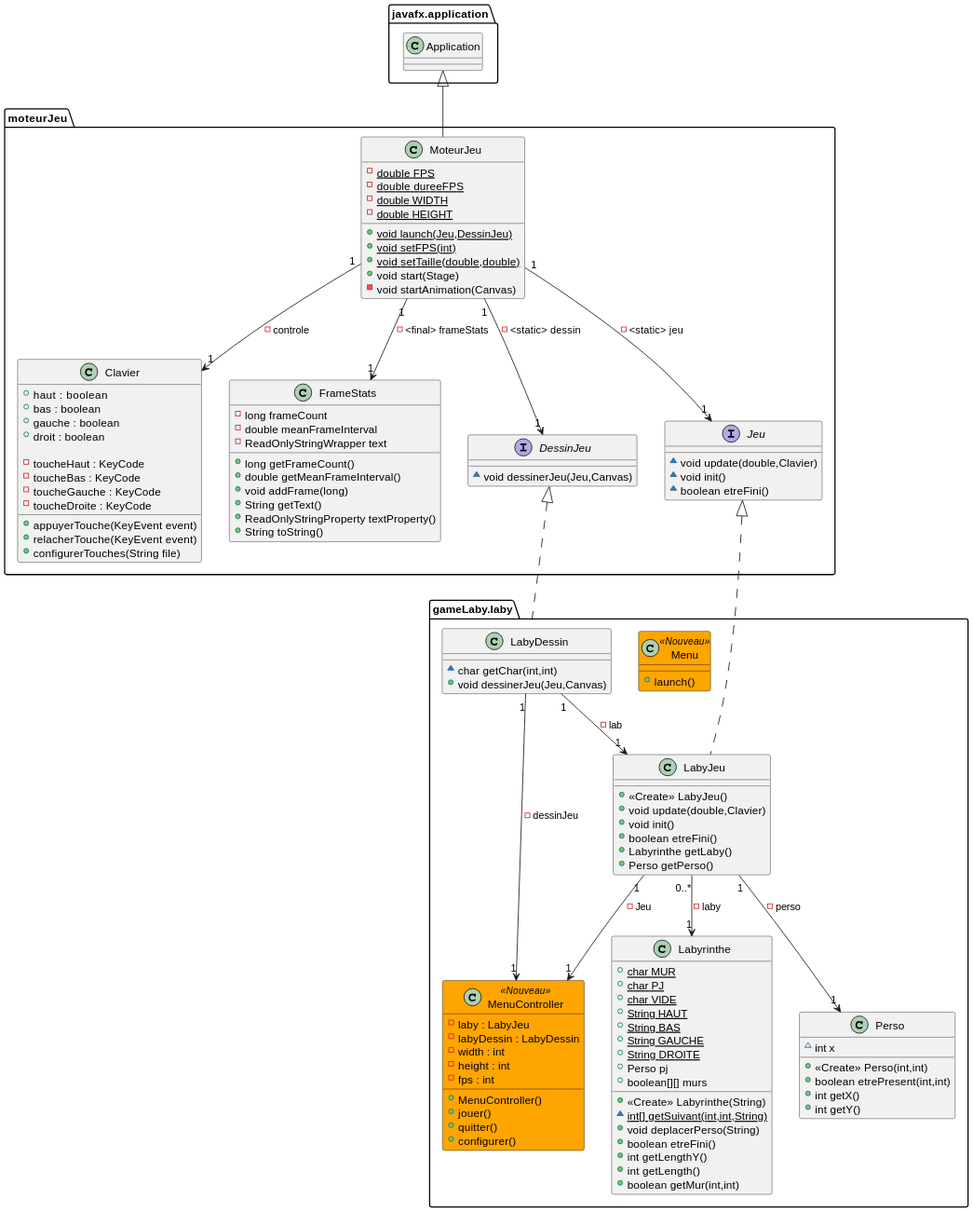
Above: documents/version_5/fonctionnalité_1/DiagClassGestionMenu.svg in Luquor/2022_Zeldiablo_pinchon6u_elbourou11u_allali24u_kone41u_signorel2u (PlantUML), before the change.
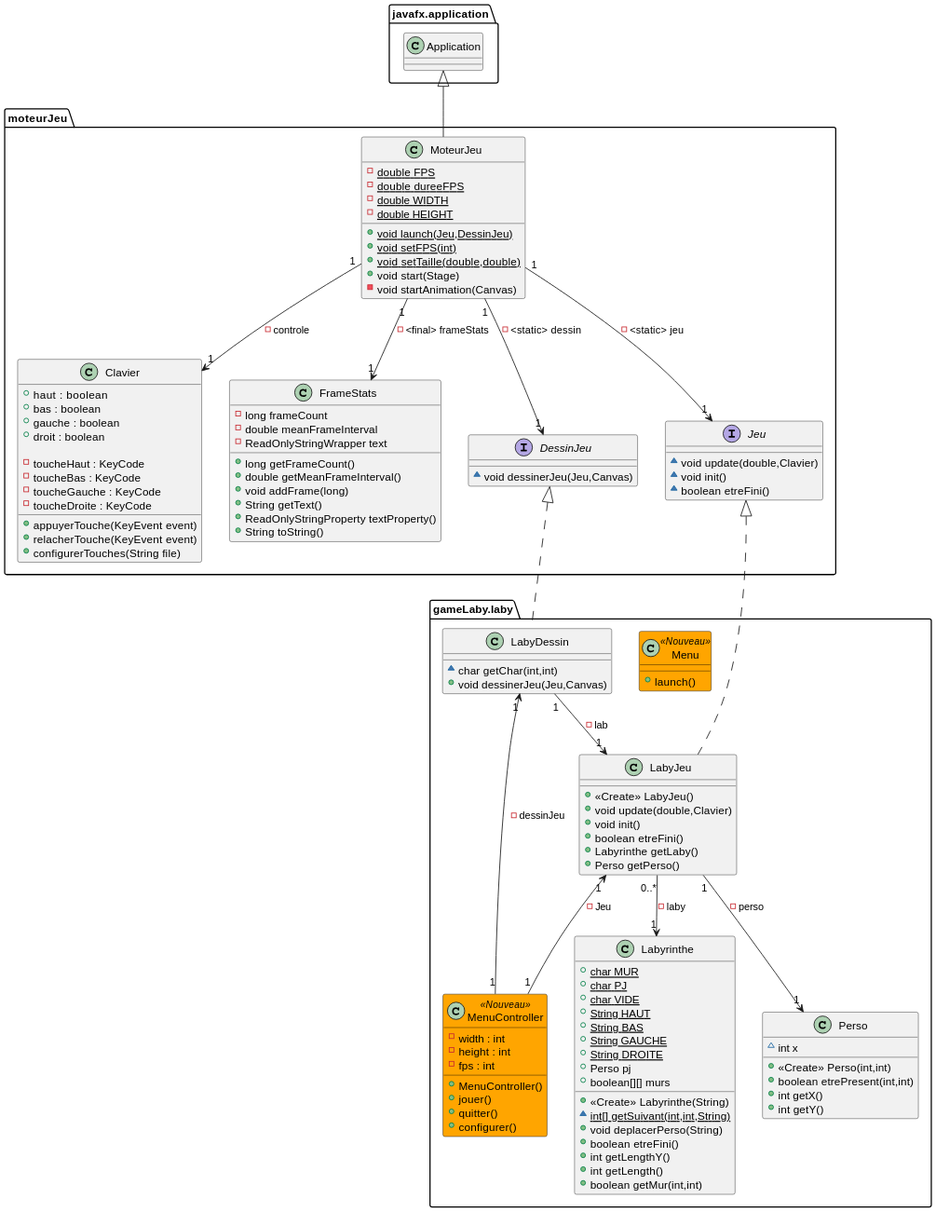
The same diagram one commit later.

Commit message:
modif diagramme

Diff of the diagram source:
```diff
@@ -11,8 +11,6 @@
 
 class gameLaby.laby.MenuController<<Nouveau>>
 {
--laby : LabyJeu
--labyDessin : LabyDessin
 -width : int
 -height : int
 -fps : int
@@ -125,8 +123,8 @@
 gameLaby.laby.LabyJeu "0..*" --> "1" gameLaby.laby.Labyrinthe : - laby
 gameLaby.laby.LabyJeu "1" --> "1" gameLaby.laby.Perso : - perso
 gameLaby.laby.LabyDessin "1" --> "1" gameLaby.laby.LabyJeu : - lab
-gameLaby.laby.LabyJeu "1" --> "1" gameLaby.laby.MenuController : -Jeu
-gameLaby.laby.LabyDessin "1" --> "1" gameLaby.laby.MenuController : -dessinJeu
+gameLaby.laby.LabyJeu "1" <-- "1" gameLaby.laby.MenuController : -Jeu
+gameLaby.laby.LabyDessin "1" <-- "1" gameLaby.laby.MenuController : -dessinJeu
 
 
 @enduml
```
